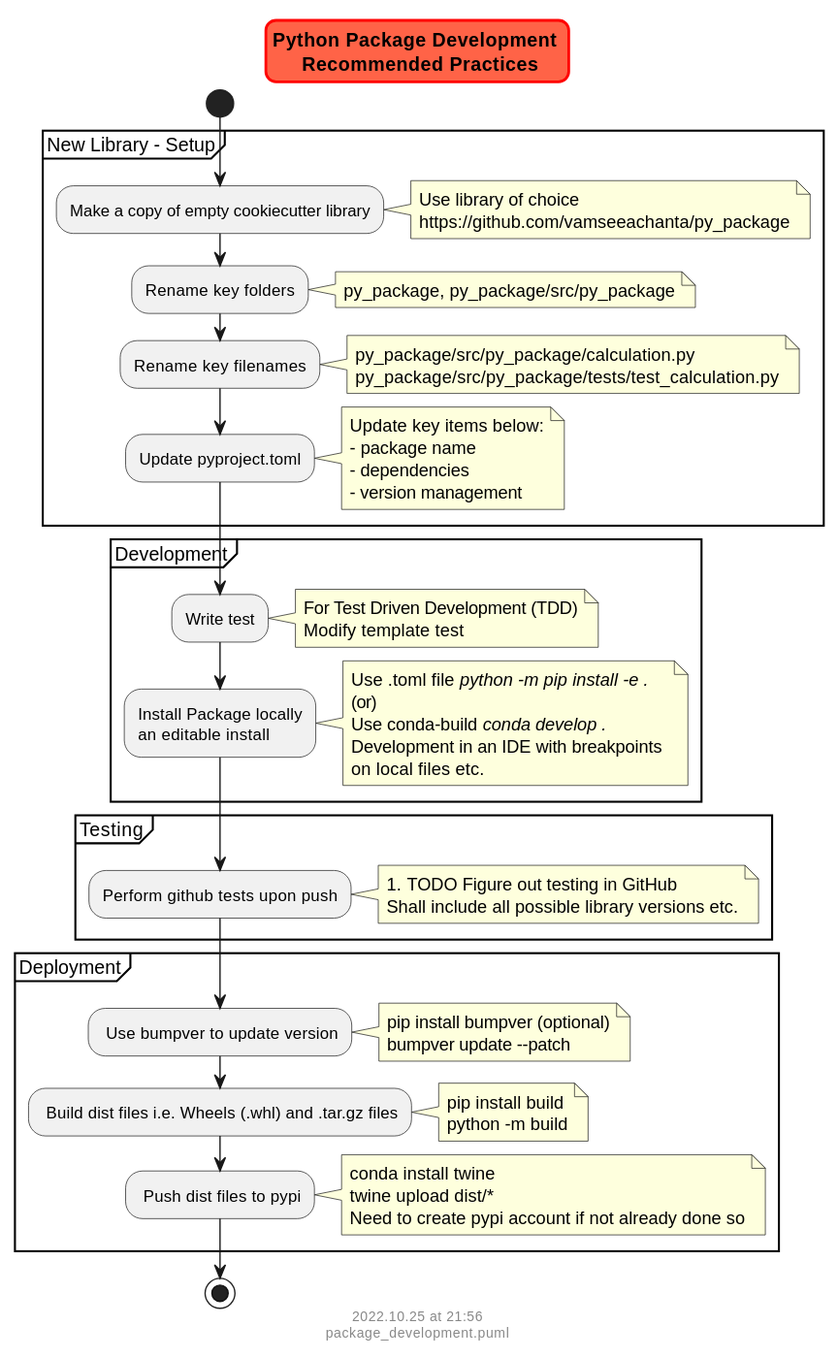
vamseeachanta/py_package keeps this PlantUML diagram as docs/package_development.svg. Above is the earlier version. Source of this version:
```plantuml
@startuml package_development
skinparam titleBorderRoundCorner 15
skinparam titleBorderThickness 2
skinparam titleBorderColor red
skinparam titleBackgroundColor Tomato

title Python Package Development \n Recommended Practices

start

    partition "New Library - Setup" {


        :Make a copy of empty cookiecutter library;
            note right
                Use library of choice
                https://github.com/vamseeachanta/py_package
            end note

        :Rename key folders;
            note right
                py_package, py_package/src/py_package
            end note

        :Rename key filenames;
            note right
                py_package/src/py_package/calculation.py
                py_package/src/py_package/tests/test_calculation.py
            end note

        :Update pyproject.toml;
            note right
                Update key items below:
                - package name
                - dependencies
                - version management
            end note
    }

    partition "Development" {
    :Write test;
        note right
            For Test Driven Development (TDD)
            Modify template test
        end note
    :Install Package locally
    an editable install;
        note right
            Use .toml file //python -m pip install -e .//
            (or)
            Use conda-build //conda develop .//
            Development in an IDE with breakpoints
            on local files etc.
        end note
    }

    partition "Testing" {
    :Perform github tests upon push;
        note right
            #TODO Figure out testing in GitHub
            Shall include all possible library versions etc.
        end note
    }


    partition "Deployment" {
    : Use bumpver to update version;
        note right
            pip install bumpver (optional)
            bumpver update --patch
        end note
    : Build dist files i.e. Wheels (.whl) and .tar.gz files;
        note right
            pip install build
            python -m build
        end note
    : Push dist files to pypi;
        note right
            conda install twine
            twine upload dist/*
            Need to create pypi account if not already done so
        end note
    }

stop

footer
%date("yyyy.MM.dd' at 'HH:mm")
%filename()
end footer

@enduml
```
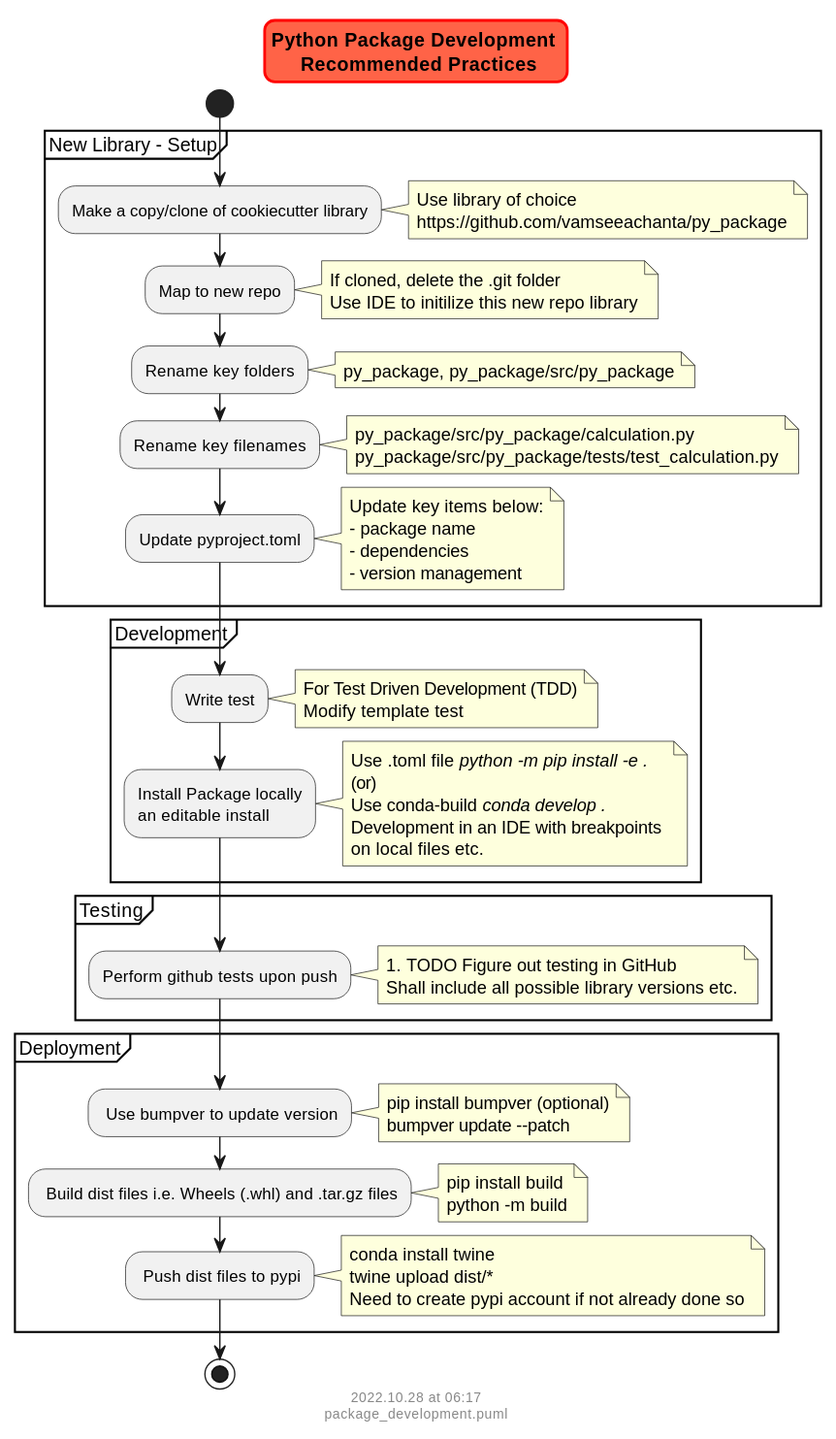
Above is the later version.

What changed in the source:
```diff
@@ -11,10 +11,16 @@
     partition "New Library - Setup" {
 
 
-        :Make a copy of empty cookiecutter library;
+        :Make a copy/clone of cookiecutter library;
             note right
                 Use library of choice
                 https://github.com/vamseeachanta/py_package
+            end note
+
+        :Map to new repo;
+            note right
+                If cloned, delete the .git folder
+                Use IDE to initilize this new repo library
             end note
 
         :Rename key folders;
```
